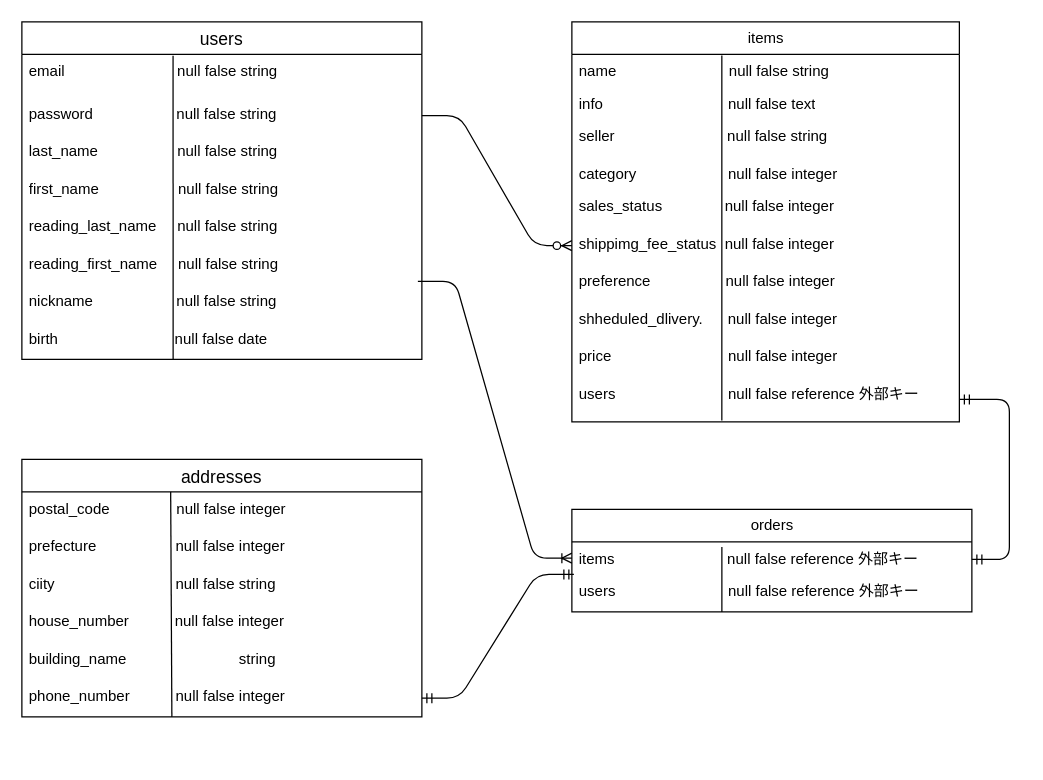
Above: furima38723.dio in sorakanda/furima-38723 (draw.io), before the change. Source tidied: cells renumbered, new cells numbered last; positions are measured from the earlier drawing's top-left corner, leaving out a move shared by most shapes. Both pictures are drawn from the tidied source at 125%, with x=0, y=0 at pixel (21, 21).
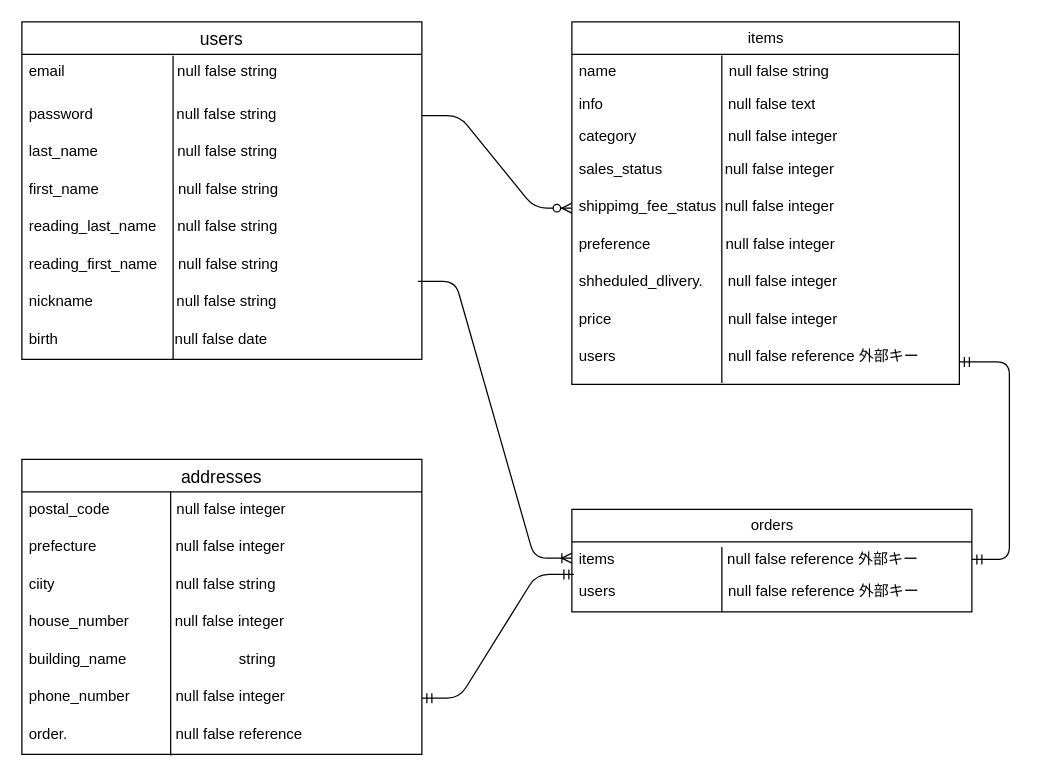
After the change.

Unchanged cells that the change refers to:
```xml
<mxCell id="32" value="postal_code                null false integer" style="text;strokeColor=none;fillColor=none;spacingLeft=4;spacingRight=4;overflow=hidden;points=[[0,0.5],[1,0.5]];portConstraint=eastwest;fontSize=12;" parent="31" vertex="1">
  <mxGeometry y="26" width="320" height="30" as="geometry" />
</mxCell>
<mxCell id="37" value="phone_number           null false integer" style="text;strokeColor=none;fillColor=none;spacingLeft=4;spacingRight=4;overflow=hidden;points=[[0,0.5],[1,0.5]];portConstraint=eastwest;fontSize=12;" parent="31" vertex="1">
  <mxGeometry y="176" width="320" height="30" as="geometry" />
</mxCell>
```

Change to the diagram source:
```diff
@@
     <mxCell id="13" value="items" style="swimlane;fontStyle=0;horizontal=1;startSize=26;fillColor=none;html=1;" parent="1" vertex="1">
-      <mxGeometry x="440" width="310" height="320" as="geometry" />
+      <mxGeometry x="440" width="310" height="290" as="geometry" />
     </mxCell>
@@
-    <mxCell id="16" value="seller                           null false string" style="text;strokeColor=none;fillColor=none;spacingLeft=4;spacingRight=4;overflow=hidden;points=[[0,0.5],[1,0.5]];portConstraint=eastwest;fontSize=12;" parent="13" vertex="1">
-      <mxGeometry y="78" width="310" height="30" as="geometry" />
-    </mxCell>
     <mxCell id="17" value="category&amp;nbsp; &amp;nbsp; &amp;nbsp; &amp;nbsp; &amp;nbsp; &amp;nbsp; &amp;nbsp; &amp;nbsp; &amp;nbsp; &amp;nbsp; &amp;nbsp; null false integer" style="text;strokeColor=none;fillColor=none;align=left;verticalAlign=top;spacingLeft=4;spacingRight=4;overflow=hidden;whiteSpace=wrap;html=1;" parent="13" vertex="1">
-      <mxGeometry y="108" width="310" height="26" as="geometry" />
+      <mxGeometry y="78" width="310" height="26" as="geometry" />
     </mxCell>
     <mxCell id="18" value="sales_status               null false integer " style="text;strokeColor=none;fillColor=none;spacingLeft=4;spacingRight=4;overflow=hidden;fontSize=12;" parent="13" vertex="1">
-      <mxGeometry y="134" width="310" height="30" as="geometry" />
+      <mxGeometry y="104" width="310" height="30" as="geometry" />
     </mxCell>
     <mxCell id="19" value="shippimg_fee_status  null false integer" style="text;strokeColor=none;fillColor=none;spacingLeft=4;spacingRight=4;overflow=hidden;points=[[0,0.5],[1,0.5]];portConstraint=eastwest;fontSize=12;" parent="13" vertex="1">
-      <mxGeometry y="164" width="310" height="30" as="geometry" />
+      <mxGeometry y="134" width="310" height="30" as="geometry" />
     </mxCell>
     <mxCell id="20" value="preference                  null false integer" style="text;strokeColor=none;fillColor=none;spacingLeft=4;spacingRight=4;overflow=hidden;fontSize=12;" parent="13" vertex="1">
-      <mxGeometry y="194" width="310" height="30" as="geometry" />
+      <mxGeometry y="164" width="310" height="30" as="geometry" />
     </mxCell>
     <mxCell id="21" value="shheduled_dlivery.      null false integer" style="text;strokeColor=none;fillColor=none;spacingLeft=4;spacingRight=4;overflow=hidden;fontSize=12;" parent="13" vertex="1">
-      <mxGeometry y="224" width="310" height="30" as="geometry" />
+      <mxGeometry y="194" width="310" height="30" as="geometry" />
     </mxCell>
     <mxCell id="22" value="price                            null false integer" style="text;strokeColor=none;fillColor=none;spacingLeft=4;spacingRight=4;overflow=hidden;fontSize=12;" parent="13" vertex="1">
-      <mxGeometry y="254" width="310" height="30" as="geometry" />
+      <mxGeometry y="224" width="310" height="30" as="geometry" />
     </mxCell>
@@
     <mxCell id="24" value="users                           null false reference 外部キー" style="text;strokeColor=none;fillColor=none;spacingLeft=4;spacingRight=4;overflow=hidden;points=[[0,0.5],[1,0.5]];portConstraint=eastwest;fontSize=12;" parent="13" vertex="1">
-      <mxGeometry y="284" width="310" height="36" as="geometry" />
+      <mxGeometry y="254" width="310" height="36" as="geometry" />
     </mxCell>
@@
     <mxCell id="31" value="addresses" style="swimlane;fontStyle=0;horizontal=1;startSize=26;align=center;fontSize=14;" parent="1" vertex="1">
-      <mxGeometry y="350" width="320" height="206" as="geometry" />
+      <mxGeometry y="350" width="320" height="236" as="geometry" />
     </mxCell>
@@
-    <mxCell id="38" style="endArrow=none;html=1;rounded=0;exitX=0.372;exitY=0;exitDx=0;exitDy=0;exitPerimeter=0;entryX=0.375;entryY=1;entryDx=0;entryDy=0;entryPerimeter=0;" parent="31" edge="1" source="32" target="37">
+    <mxCell id="38" style="endArrow=none;html=1;rounded=0;exitX=0.372;exitY=0;exitDx=0;exitDy=0;exitPerimeter=0;entryX=0.372;entryY=1.033;entryDx=0;entryDy=0;entryPerimeter=0;" parent="31" edge="1" source="32" target="16">
       <mxGeometry relative="1" as="geometry" />
     </mxCell>
+    <mxCell id="16" value="order.                          null false reference         " style="text;strokeColor=none;fillColor=none;spacingLeft=4;spacingRight=4;overflow=hidden;points=[[0,0.5],[1,0.5]];portConstraint=eastwest;fontSize=12;" parent="31" vertex="1">
+      <mxGeometry y="206" width="320" height="30" as="geometry" />
+    </mxCell>
```
